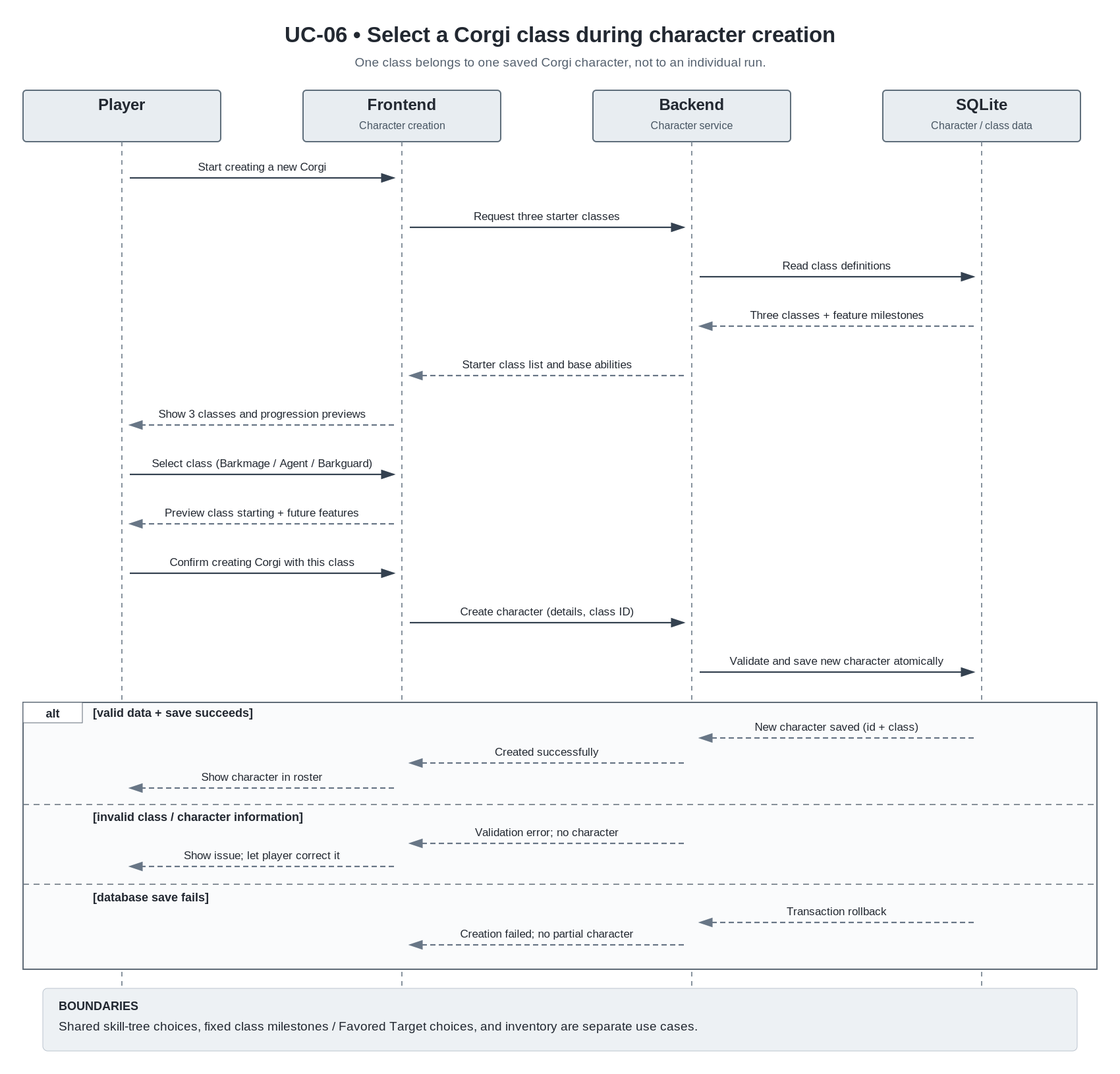
Above: docs/diagrams/UC-03_sequence.png in xniklasx-dev/MIGHTYCorgi (PlantUML), before the change. Its source is kept beside it as docs/diagrams/UC-03_sequence.puml.
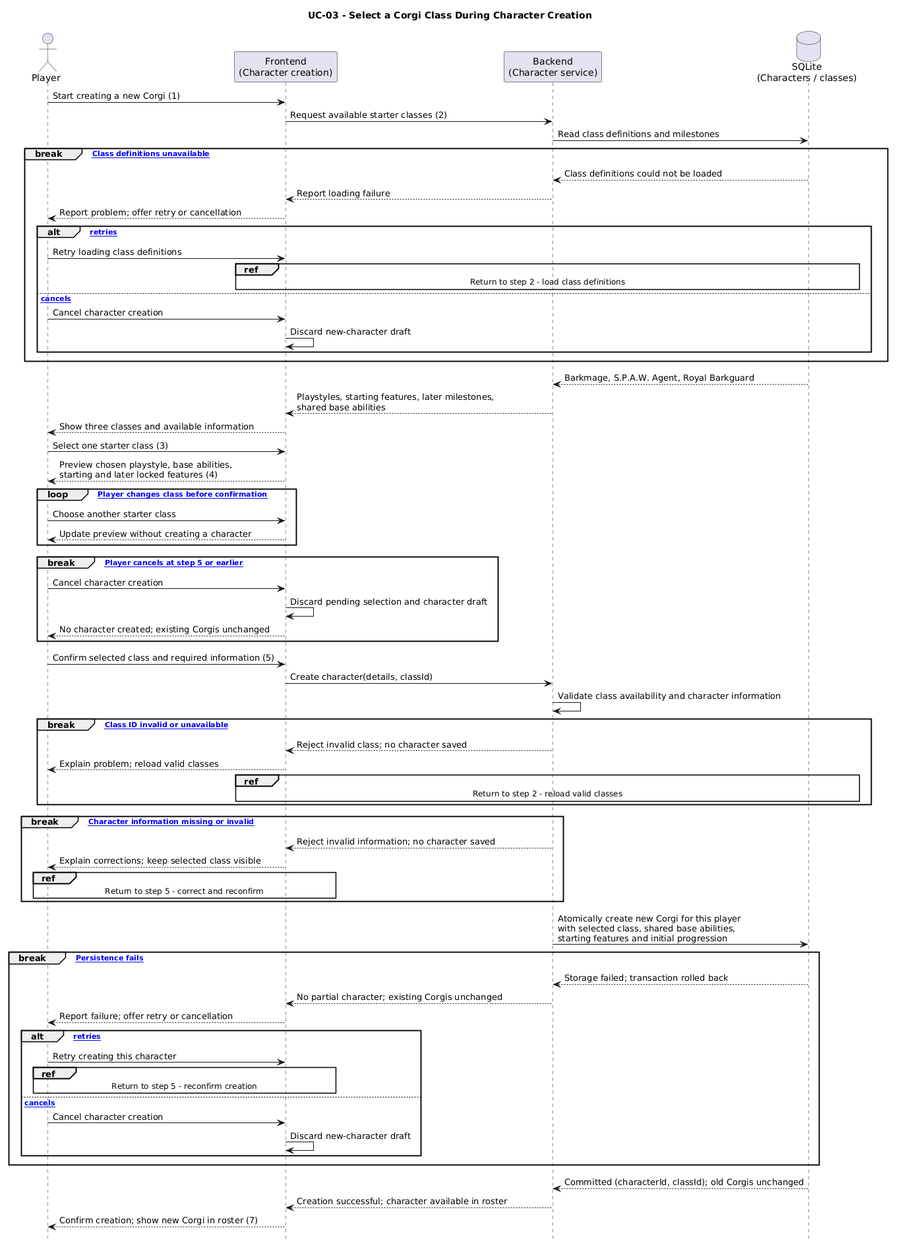
The same diagram one commit later.

Commit message:
Impl: UC-03 activity diagram and UCR-03

What changed in the source:
```diff
@@ -1,40 +1,79 @@
 @startuml
 hide footbox
-title UC-06 Select a Corgi class during character creation
+title UC-03 - Select a Corgi Class During Character Creation
+
 actor Player
 participant "Frontend\n(Character creation)" as FE
 participant "Backend\n(Character service)" as BE
-database "SQLite\n(Characters/classes)" as DB
+database "SQLite\n(Characters / classes)" as DB
 
-Player -> FE : Start creating new Corgi
-FE -> BE : Request three starter class definitions
-BE -> DB : Read Barkmage, S.P.A.W. Agent, Barkguard
-DB --> BE : Class definitions / milestone previews
-BE --> FE : Available classes and starting features
-FE --> Player : Show 3 classes and base Corgi abilities
+Player -> FE : Start creating a new Corgi (1)
+FE -> BE : Request available starter classes (2)
+BE -> DB : Read class definitions and milestones
 
-Player -> FE : Choose class; review class preview
-FE --> Player : Show starting / future class features
-Player -> FE : Confirm character creation and class
-FE -> BE : Create character (details, classId)
-BE -> DB : Validate class and insert new character
-with class and initial progression (transaction)
-alt Valid request and transaction succeeds
-    DB --> BE : Character persisted (id, classId)
-    BE --> FE : Creation successful; roster updated
-    FE --> Player : Confirm new Corgi and selected class
-else Invalid class or character data
-    BE --> FE : Validation error; no character created
-    FE --> Player : Correct input or choose a valid class
-else Persistence fails
-    DB --> BE : Transaction rolled back
-    BE --> FE : Creation failed; no partial character
-    FE --> Player : Offer retry or cancellation
+break [2a: Class definitions unavailable]
+    DB --> BE : Class definitions could not be loaded
+    BE --> FE : Report loading failure
+    FE --> Player : Report problem; offer retry or cancellation
+    alt [Player retries]
+        Player -> FE : Retry loading class definitions
+        ref over FE, DB : Return to step 2 - load class definitions
+    else [Player cancels]
+        Player -> FE : Cancel character creation
+        FE -> FE : Discard new-character draft
+    end
 end
 
-note over Player,FE
-Class is tied to this character, not to a run.
-Character-level class milestones, shared skill-tree choices,
-and inventory/items are separate use cases.
-end note
+DB --> BE : Barkmage, S.P.A.W. Agent, Royal Barkguard
+BE --> FE : Playstyles, starting features, later milestones,\nshared base abilities
+FE --> Player : Show three classes and available information
+
+Player -> FE : Select one starter class (3)
+FE --> Player : Preview chosen playstyle, base abilities,\nstarting and later locked features (4)
+
+loop [3a: Player changes class before confirmation]
+    Player -> FE : Choose another starter class
+    FE --> Player : Update preview without creating a character
+end
+
+break [5a: Player cancels at step 5 or earlier]
+    Player -> FE : Cancel character creation
+    FE -> FE : Discard pending selection and character draft
+    FE --> Player : No character created; existing Corgis unchanged
+end
+
+Player -> FE : Confirm selected class and required information (5)
+FE -> BE : Create character(details, classId)
+BE -> BE : Validate class availability and character information
+
+break [6a: Class ID invalid or unavailable]
+    BE --> FE : Reject invalid class; no character saved
+    FE --> Player : Explain problem; reload valid classes
+    ref over FE, DB : Return to step 2 - reload valid classes
+end
+
+break [6b: Character information missing or invalid]
+    BE --> FE : Reject invalid information; no character saved
+    FE --> Player : Explain corrections; keep selected class visible
+    ref over Player, FE : Return to step 5 - correct and reconfirm
+end
+
+BE -> DB : Atomically create new Corgi for this player\nwith selected class, shared base abilities,\nstarting features and initial progression
+
+break [6c: Persistence fails]
+    DB --> BE : Storage failed; transaction rolled back
+    BE --> FE : No partial character; existing Corgis unchanged
+    FE --> Player : Report failure; offer retry or cancellation
+    alt [Player retries]
+        Player -> FE : Retry creating this character
+        ref over Player, FE : Return to step 5 - reconfirm creation
+    else [Player cancels]
+        Player -> FE : Cancel character creation
+        FE -> FE : Discard new-character draft
+    end
+end
+
+DB --> BE : Committed (characterId, classId); old Corgis unchanged
+BE --> FE : Creation successful; character available in roster
+FE --> Player : Confirm creation; show new Corgi in roster (7)
 @enduml
```
